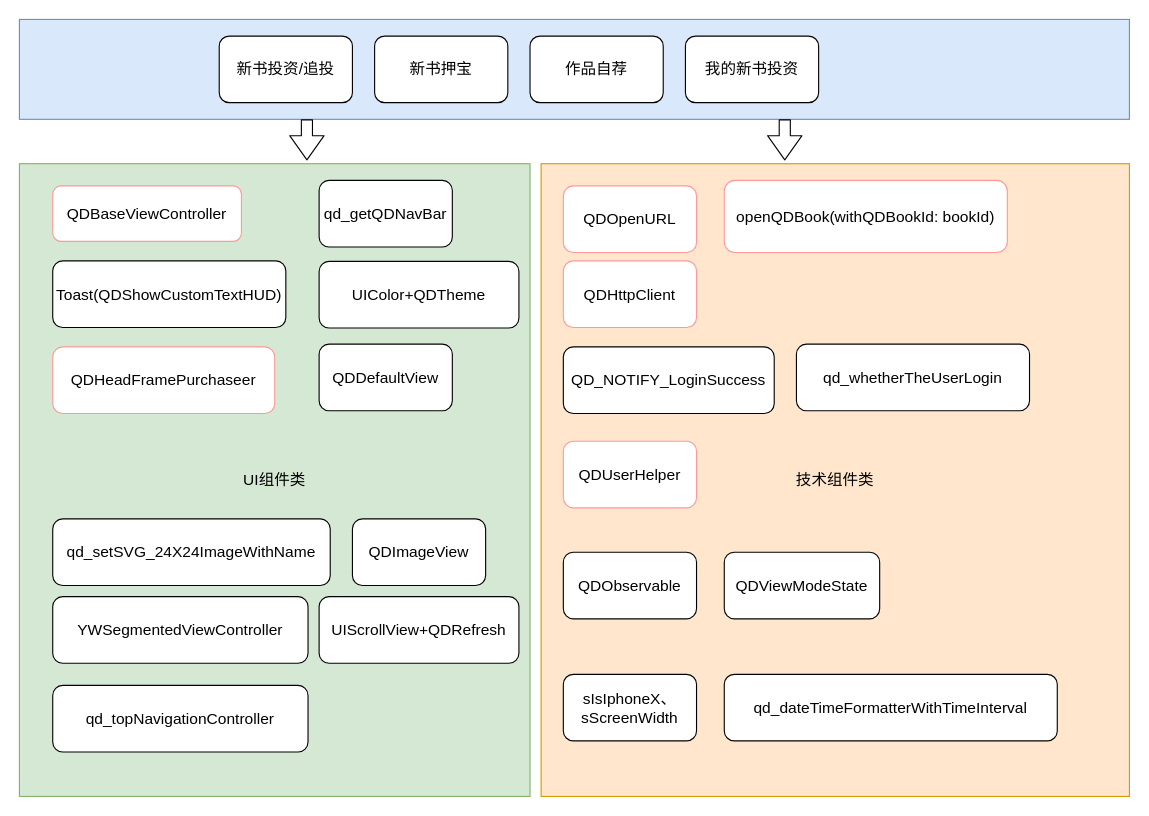
Before: 新书模块拆分.drawio in linkhui/appgo, a draw.io diagram. Source tidied: cells renumbered, new cells numbered last; positions are measured from the earlier drawing's top-left corner, leaving out a move shared by most shapes. Both pictures are drawn from the tidied source at 111%, with x=0, y=0 at pixel (19, 19).
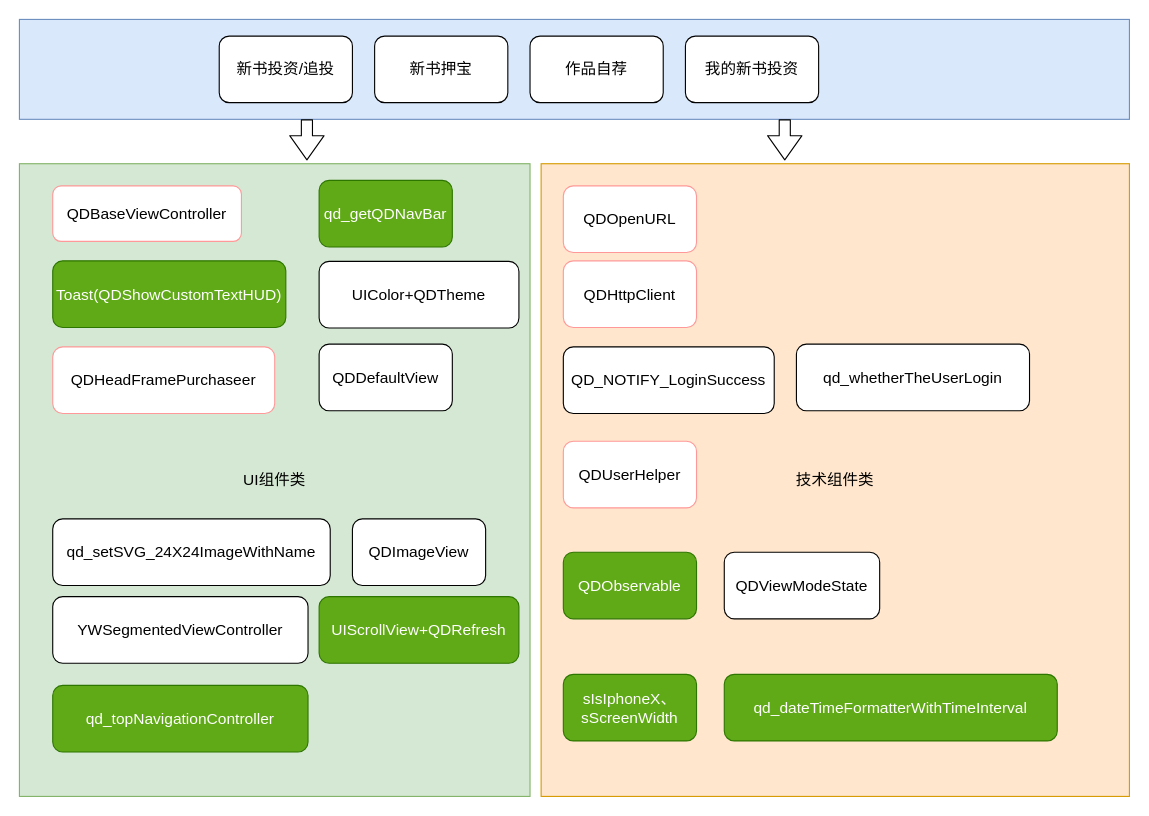
After the change.

Commit message:
Update 新书模块拆分.drawio

What changed in the source:
```diff
@@
-    <mxCell id="15" value="&lt;div&gt;&lt;span&gt;openQDBook(withQDBookId: bookId)&lt;/span&gt;&lt;br&gt;&lt;/div&gt;" style="rounded=1;whiteSpace=wrap;html=1;fontSize=14;strokeColor=#FF9999;" parent="1" vertex="1">
-      <mxGeometry x="635" y="145" width="255" height="65" as="geometry" />
-    </mxCell>
@@
-    <mxCell id="18" value="Toast(QDShowCustomTextHUD)" style="rounded=1;whiteSpace=wrap;html=1;fontSize=14;" parent="1" vertex="1">
+    <mxCell id="18" value="Toast(QDShowCustomTextHUD)" style="rounded=1;whiteSpace=wrap;html=1;fontSize=14;fillColor=#60a917;strokeColor=#2D7600;fontColor=#ffffff;" parent="1" vertex="1">
       <mxGeometry x="30" y="217.5" width="210" height="60" as="geometry" />
     </mxCell>
@@
-    <mxCell id="22" value="UIScrollView+QDRefresh" style="rounded=1;whiteSpace=wrap;html=1;fontSize=14;" parent="1" vertex="1">
+    <mxCell id="22" value="UIScrollView+QDRefresh" style="rounded=1;whiteSpace=wrap;html=1;fontSize=14;fillColor=#60a917;strokeColor=#2D7600;fontColor=#ffffff;" parent="1" vertex="1">
       <mxGeometry x="270" y="520" width="180" height="60" as="geometry" />
     </mxCell>
@@
-    <mxCell id="25" value="qd_getQDNavBar" style="rounded=1;whiteSpace=wrap;html=1;fontSize=14;" parent="1" vertex="1">
+    <mxCell id="25" value="qd_getQDNavBar" style="rounded=1;whiteSpace=wrap;html=1;fontSize=14;fillColor=#60a917;strokeColor=#2D7600;fontColor=#ffffff;" parent="1" vertex="1">
       <mxGeometry x="270" y="145" width="120" height="60" as="geometry" />
     </mxCell>
-    <mxCell id="26" value="sIsIphoneX、sScreenWidth" style="rounded=1;whiteSpace=wrap;html=1;fontSize=14;" parent="1" vertex="1">
+    <mxCell id="26" value="sIsIphoneX、sScreenWidth" style="rounded=1;whiteSpace=wrap;html=1;fontSize=14;fillColor=#60a917;strokeColor=#2D7600;fontColor=#ffffff;" parent="1" vertex="1">
       <mxGeometry x="490" y="590" width="120" height="60" as="geometry" />
     </mxCell>
-    <mxCell id="27" value="qd_topNavigationController" style="rounded=1;whiteSpace=wrap;html=1;fontSize=14;" parent="1" vertex="1">
+    <mxCell id="27" value="qd_topNavigationController" style="rounded=1;whiteSpace=wrap;html=1;fontSize=14;fillColor=#60a917;strokeColor=#2D7600;fontColor=#ffffff;" parent="1" vertex="1">
       <mxGeometry x="30" y="600" width="230" height="60" as="geometry" />
     </mxCell>
-    <mxCell id="28" value="qd_dateTimeFormatterWithTimeInterval" style="rounded=1;whiteSpace=wrap;html=1;fontSize=14;" parent="1" vertex="1">
+    <mxCell id="28" value="qd_dateTimeFormatterWithTimeInterval" style="rounded=1;whiteSpace=wrap;html=1;fontSize=14;fillColor=#60a917;strokeColor=#2D7600;fontColor=#ffffff;" parent="1" vertex="1">
       <mxGeometry x="635" y="590" width="300" height="60" as="geometry" />
     </mxCell>
@@
-    <mxCell id="30" value="QDObservable" style="rounded=1;whiteSpace=wrap;html=1;fontSize=14;" parent="1" vertex="1">
+    <mxCell id="30" value="QDObservable" style="rounded=1;whiteSpace=wrap;html=1;fontSize=14;fillColor=#60a917;strokeColor=#2D7600;fontColor=#ffffff;" parent="1" vertex="1">
       <mxGeometry x="490" y="480" width="120" height="60" as="geometry" />
     </mxCell>
```
